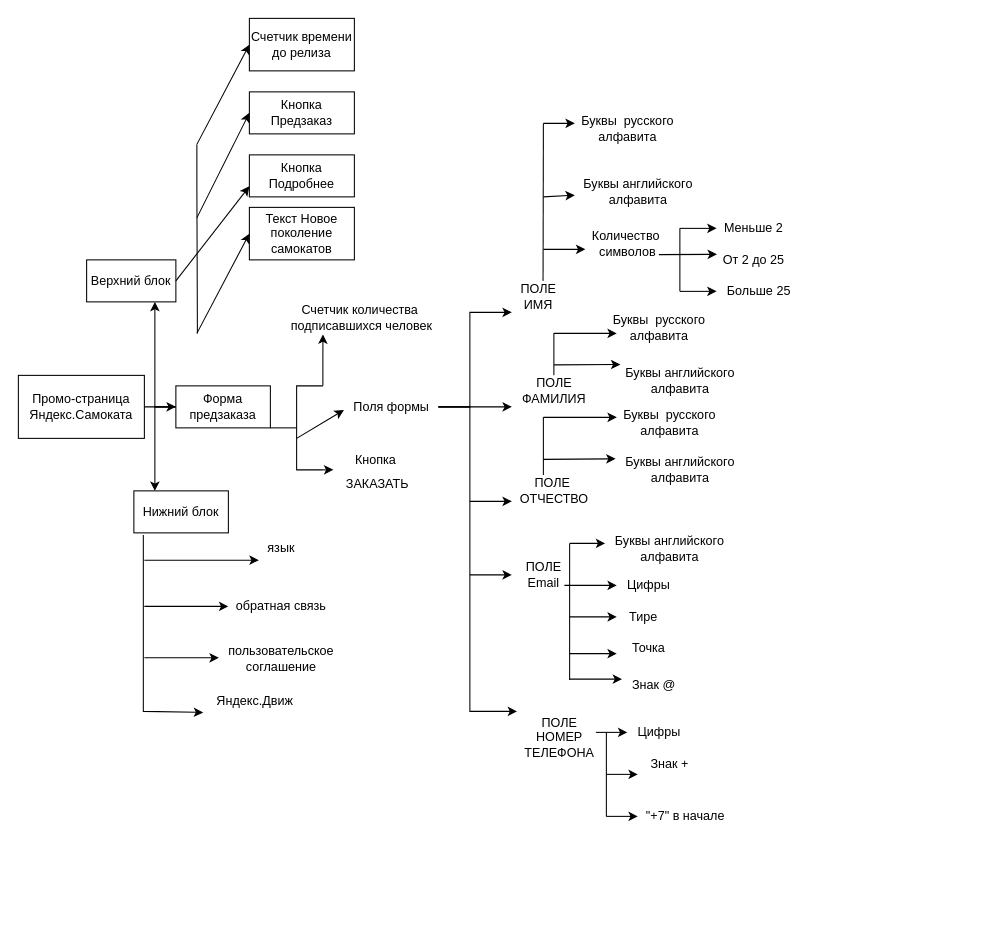
Before: Untitled Diagram.drawio in azatmuhamedov/hello-world, a draw.io diagram. Source tidied: cells renumbered, new cells numbered last; positions are measured from the earlier drawing's top-left corner, leaving out a move shared by most shapes. Both pictures are drawn from the tidied source at 105%, with x=0, y=0 at pixel (18, 18).
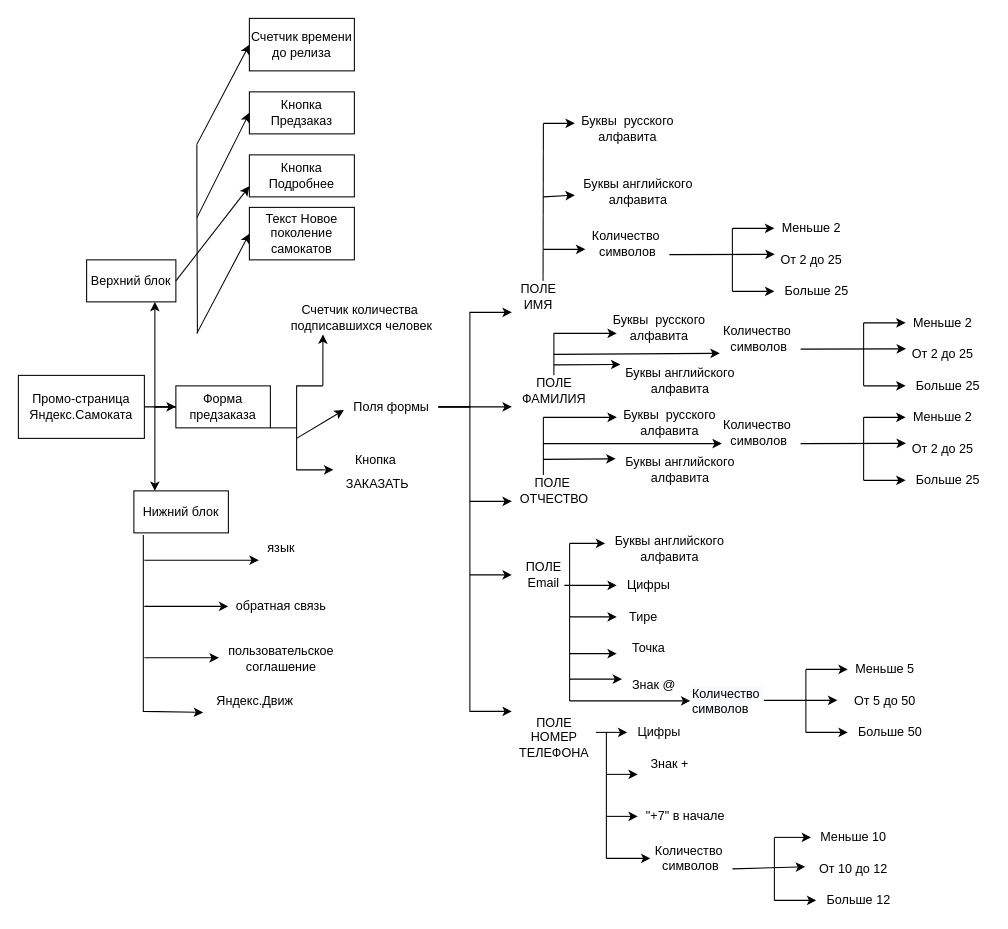
Above is the later version.

The edit, as a diff of the source:
```diff
@@
     <mxCell id="42" value="ПОЛЕ&lt;br&gt;НОМЕР&lt;br&gt;ТЕЛЕФОНА" style="text;html=1;align=center;verticalAlign=middle;points=[];strokeColor=none;fillColor=none;" parent="1" vertex="1">
-      <mxGeometry x="475" y="660" width="80" height="50" as="geometry" />
+      <mxGeometry x="470" y="660" width="80" height="50" as="geometry" />
     </mxCell>
@@
     <mxCell id="66" style="endArrow=none;html=1;rounded=0;" parent="1" edge="1">
       <mxGeometry relative="1" as="geometry">
-        <mxPoint x="525" y="630" as="sourcePoint" />
+        <mxPoint x="525" y="650" as="sourcePoint" />
         <mxPoint x="525" y="500" as="targetPoint" />
       </mxGeometry>
     </mxCell>
@@
     <mxCell id="74" style="endArrow=none;html=1;rounded=0;" parent="1" edge="1">
       <mxGeometry relative="1" as="geometry">
-        <mxPoint x="560" y="760" as="sourcePoint" />
+        <mxPoint x="560" y="800" as="sourcePoint" />
         <mxPoint x="560" y="680" as="targetPoint" />
       </mxGeometry>
     </mxCell>
@@
     <mxCell id="78" value="Меньше 2" style="text;html=1;align=center;verticalAlign=middle;points=[];strokeColor=none;fillColor=none;" parent="1" vertex="1">
-      <mxGeometry x="665" y="190" width="70" height="20" as="geometry" />
+      <mxGeometry x="720" y="190" width="70" height="20" as="geometry" />
     </mxCell>
     <mxCell id="79" value="От 2 до 25" style="text;html=1;align=center;verticalAlign=middle;points=[];strokeColor=none;fillColor=none;" parent="1" vertex="1">
-      <mxGeometry x="665" y="220" width="70" height="20" as="geometry" />
+      <mxGeometry x="720" y="220" width="70" height="20" as="geometry" />
     </mxCell>
     <mxCell id="80" value="Больше 25" style="text;html=1;align=center;verticalAlign=middle;points=[];strokeColor=none;fillColor=none;" parent="1" vertex="1">
-      <mxGeometry x="665" y="250" width="80" height="20" as="geometry" />
+      <mxGeometry x="720" y="250" width="80" height="20" as="geometry" />
     </mxCell>
     <mxCell id="81" style="endArrow=classic;html=1;rounded=0;entryX=0.005;entryY=0.236;entryDx=0;entryDy=0;entryPerimeter=0;" parent="1" edge="1" target="79">
       <mxGeometry relative="1" as="geometry">
-        <mxPoint x="610" y="225" as="sourcePoint" />
+        <mxPoint x="620" y="225" as="sourcePoint" />
       </mxGeometry>
     </mxCell>
     <mxCell id="82" style="endArrow=classic;html=1;rounded=0;" parent="1" edge="1" target="80">
       <mxGeometry relative="1" as="geometry">
-        <mxPoint x="630" y="260" as="sourcePoint" />
+        <mxPoint x="680" y="260" as="sourcePoint" />
       </mxGeometry>
     </mxCell>
     <mxCell id="83" style="endArrow=none;html=1;rounded=0;" parent="1" edge="1">
       <mxGeometry relative="1" as="geometry">
-        <mxPoint x="630" y="260" as="sourcePoint" />
-        <mxPoint x="630" y="200" as="targetPoint" />
+        <mxPoint x="680" y="260" as="sourcePoint" />
+        <mxPoint x="680" y="200" as="targetPoint" />
       </mxGeometry>
     </mxCell>
     <mxCell id="84" style="endArrow=classic;html=1;rounded=0;" parent="1" edge="1" target="78">
       <mxGeometry relative="1" as="geometry">
-        <mxPoint x="630" y="200" as="sourcePoint" />
+        <mxPoint x="680" y="200" as="sourcePoint" />
       </mxGeometry>
     </mxCell>
+    <mxCell id="85" value="&lt;span style=&quot;color: rgb(0, 0, 0); font-family: helvetica; font-size: 12px; font-style: normal; font-weight: 400; letter-spacing: normal; text-align: center; text-indent: 0px; text-transform: none; word-spacing: 0px; background-color: rgb(248, 249, 250); display: inline; float: none;&quot;&gt;Количество&amp;nbsp;&lt;/span&gt;&lt;br style=&quot;color: rgb(0, 0, 0); font-family: helvetica; font-size: 12px; font-style: normal; font-weight: 400; letter-spacing: normal; text-align: center; text-indent: 0px; text-transform: none; word-spacing: 0px; background-color: rgb(248, 249, 250);&quot;&gt;&lt;span style=&quot;color: rgb(0, 0, 0); font-family: helvetica; font-size: 12px; font-style: normal; font-weight: 400; letter-spacing: normal; text-align: center; text-indent: 0px; text-transform: none; word-spacing: 0px; background-color: rgb(248, 249, 250); display: inline; float: none;&quot;&gt;символов&lt;/span&gt;" style="text;whiteSpace=wrap;html=1;" parent="1" vertex="1">
+      <mxGeometry x="640" y="630" width="90" height="40" as="geometry" />
+    </mxCell>
+    <mxCell id="86" style="endArrow=classic;html=1;rounded=0;entryX=0;entryY=0.5;entryDx=0;entryDy=0;" parent="1" edge="1" target="85">
+      <mxGeometry relative="1" as="geometry">
+        <mxPoint x="525" y="650" as="sourcePoint" />
+      </mxGeometry>
+    </mxCell>
+    <mxCell id="87" value="Меньше 5" style="text;html=1;align=center;verticalAlign=middle;points=[];strokeColor=none;fillColor=none;" parent="1" vertex="1">
+      <mxGeometry x="790" y="610" width="70" height="20" as="geometry" />
+    </mxCell>
+    <mxCell id="88" value="От 5 до 50" style="text;html=1;align=center;verticalAlign=middle;strokeColor=none;fillColor=none;" parent="1" vertex="1">
+      <mxGeometry x="790" y="640" width="70" height="20" as="geometry" />
+    </mxCell>
+    <mxCell id="89" value="Больше 50" style="text;html=1;align=center;verticalAlign=middle;points=[];strokeColor=none;fillColor=none;" parent="1" vertex="1">
+      <mxGeometry x="790" y="670" width="80" height="20" as="geometry" />
+    </mxCell>
+    <mxCell id="90" style="endArrow=classic;html=1;rounded=0;" parent="1" edge="1" target="89">
+      <mxGeometry relative="1" as="geometry">
+        <mxPoint x="750" y="680" as="sourcePoint" />
+      </mxGeometry>
+    </mxCell>
+    <mxCell id="91" style="endArrow=none;html=1;rounded=0;" parent="1" edge="1">
+      <mxGeometry relative="1" as="geometry">
+        <mxPoint x="750" y="680" as="sourcePoint" />
+        <mxPoint x="750" y="620" as="targetPoint" />
+      </mxGeometry>
+    </mxCell>
+    <mxCell id="92" style="endArrow=classic;html=1;rounded=0;" parent="1" edge="1" target="87">
+      <mxGeometry relative="1" as="geometry">
+        <mxPoint x="750" y="620" as="sourcePoint" />
+      </mxGeometry>
+    </mxCell>
+    <mxCell id="93" style="endArrow=classic;html=1;rounded=0;" parent="1" edge="1">
+      <mxGeometry relative="1" as="geometry">
+        <mxPoint x="710" y="649.5" as="sourcePoint" />
+        <mxPoint x="780" y="649.5" as="targetPoint" />
+      </mxGeometry>
+    </mxCell>
+    <mxCell id="94" value="Количество&amp;nbsp;&lt;br&gt;символов" style="text;html=1;align=center;verticalAlign=middle;points=[];strokeColor=none;fillColor=none;" parent="1" vertex="1">
+      <mxGeometry x="600" y="785" width="80" height="30" as="geometry" />
+    </mxCell>
+    <mxCell id="95" style="endArrow=classic;html=1;rounded=0;entryX=0.025;entryY=0.5;entryDx=0;entryDy=0;entryPerimeter=0;" parent="1" edge="1" target="94">
+      <mxGeometry relative="1" as="geometry">
+        <mxPoint x="560" y="800" as="sourcePoint" />
+      </mxGeometry>
+    </mxCell>
+    <mxCell id="96" value="Меньше 10" style="text;html=1;align=center;verticalAlign=middle;points=[];strokeColor=none;fillColor=none;" parent="1" vertex="1">
+      <mxGeometry x="755" y="770" width="80" height="20" as="geometry" />
+    </mxCell>
+    <mxCell id="97" value="От 10 до 12" style="text;html=1;align=center;verticalAlign=middle;points=[];strokeColor=none;fillColor=none;" parent="1" vertex="1">
+      <mxGeometry x="755" y="800" width="80" height="20" as="geometry" />
+    </mxCell>
+    <mxCell id="98" value="Больше 12" style="text;html=1;align=center;verticalAlign=middle;points=[];strokeColor=none;fillColor=none;" parent="1" vertex="1">
+      <mxGeometry x="760" y="830" width="80" height="20" as="geometry" />
+    </mxCell>
+    <mxCell id="99" style="endArrow=classic;html=1;rounded=0;" parent="1" edge="1" target="98">
+      <mxGeometry relative="1" as="geometry">
+        <mxPoint x="720" y="840" as="sourcePoint" />
+      </mxGeometry>
+    </mxCell>
+    <mxCell id="100" style="endArrow=none;html=1;rounded=0;" parent="1" edge="1">
+      <mxGeometry relative="1" as="geometry">
+        <mxPoint x="720" y="840" as="sourcePoint" />
+        <mxPoint x="720" y="780" as="targetPoint" />
+      </mxGeometry>
+    </mxCell>
+    <mxCell id="101" style="endArrow=classic;html=1;rounded=0;" parent="1" edge="1" target="96">
+      <mxGeometry relative="1" as="geometry">
+        <mxPoint x="720" y="780" as="sourcePoint" />
+      </mxGeometry>
+    </mxCell>
+    <mxCell id="102" style="endArrow=classic;html=1;rounded=0;entryX=-0.071;entryY=0.4;entryDx=0;entryDy=0;entryPerimeter=0;" parent="1" edge="1" target="97">
+      <mxGeometry relative="1" as="geometry">
+        <mxPoint x="680" y="810" as="sourcePoint" />
+      </mxGeometry>
+    </mxCell>
+    <mxCell id="103" value="Количество&amp;nbsp;&lt;br&gt;символов" style="text;html=1;align=center;verticalAlign=middle;points=[];strokeColor=none;fillColor=none;" parent="1" vertex="1">
+      <mxGeometry x="665" y="290" width="80" height="30" as="geometry" />
+    </mxCell>
+    <mxCell id="104" value="Меньше 2" style="text;html=1;align=center;verticalAlign=middle;points=[];strokeColor=none;fillColor=none;" parent="1" vertex="1">
+      <mxGeometry x="845" y="280" width="70" height="20" as="geometry" />
+    </mxCell>
+    <mxCell id="105" value="От 2 до 25" style="text;html=1;align=center;verticalAlign=middle;points=[];strokeColor=none;fillColor=none;" parent="1" vertex="1">
+      <mxGeometry x="845" y="310" width="70" height="20" as="geometry" />
+    </mxCell>
+    <mxCell id="106" value="Больше 25" style="text;html=1;align=center;verticalAlign=middle;points=[];strokeColor=none;fillColor=none;" parent="1" vertex="1">
+      <mxGeometry x="845" y="340" width="80" height="20" as="geometry" />
+    </mxCell>
+    <mxCell id="107" style="endArrow=classic;html=1;rounded=0;entryX=0.005;entryY=0.236;entryDx=0;entryDy=0;entryPerimeter=0;" parent="1" edge="1" target="105">
+      <mxGeometry relative="1" as="geometry">
+        <mxPoint x="745" y="315" as="sourcePoint" />
+      </mxGeometry>
+    </mxCell>
+    <mxCell id="108" style="endArrow=classic;html=1;rounded=0;" parent="1" edge="1" target="106">
+      <mxGeometry relative="1" as="geometry">
+        <mxPoint x="805" y="350" as="sourcePoint" />
+      </mxGeometry>
+    </mxCell>
+    <mxCell id="109" style="endArrow=none;html=1;rounded=0;" parent="1" edge="1">
+      <mxGeometry relative="1" as="geometry">
+        <mxPoint x="805" y="350" as="sourcePoint" />
+        <mxPoint x="805" y="290" as="targetPoint" />
+      </mxGeometry>
+    </mxCell>
+    <mxCell id="110" style="endArrow=classic;html=1;rounded=0;" parent="1" edge="1" target="104">
+      <mxGeometry relative="1" as="geometry">
+        <mxPoint x="805" y="290" as="sourcePoint" />
+      </mxGeometry>
+    </mxCell>
+    <mxCell id="111" style="endArrow=classic;html=1;rounded=0;entryX=0.038;entryY=0.967;entryDx=0;entryDy=0;entryPerimeter=0;" parent="1" edge="1" target="103">
+      <mxGeometry relative="1" as="geometry">
+        <mxPoint x="510" y="320" as="sourcePoint" />
+      </mxGeometry>
+    </mxCell>
+    <mxCell id="112" value="Количество&amp;nbsp;&lt;br&gt;символов" style="text;html=1;align=center;verticalAlign=middle;strokeColor=none;fillColor=none;" parent="1" vertex="1">
+      <mxGeometry x="665" y="380" width="80" height="30" as="geometry" />
+    </mxCell>
+    <mxCell id="113" value="Меньше 2" style="text;html=1;align=center;verticalAlign=middle;points=[];strokeColor=none;fillColor=none;" parent="1" vertex="1">
+      <mxGeometry x="845" y="370" width="70" height="20" as="geometry" />
+    </mxCell>
+    <mxCell id="114" value="От 2 до 25" style="text;html=1;align=center;verticalAlign=middle;points=[];strokeColor=none;fillColor=none;" parent="1" vertex="1">
+      <mxGeometry x="845" y="400" width="70" height="20" as="geometry" />
+    </mxCell>
+    <mxCell id="115" value="Больше 25" style="text;html=1;align=center;verticalAlign=middle;points=[];strokeColor=none;fillColor=none;" parent="1" vertex="1">
+      <mxGeometry x="845" y="430" width="80" height="20" as="geometry" />
+    </mxCell>
+    <mxCell id="116" style="endArrow=classic;html=1;rounded=0;entryX=0.005;entryY=0.236;entryDx=0;entryDy=0;entryPerimeter=0;" parent="1" edge="1" target="114">
+      <mxGeometry relative="1" as="geometry">
+        <mxPoint x="745" y="405" as="sourcePoint" />
+      </mxGeometry>
+    </mxCell>
+    <mxCell id="117" style="endArrow=classic;html=1;rounded=0;" parent="1" edge="1" target="115">
+      <mxGeometry relative="1" as="geometry">
+        <mxPoint x="805" y="440" as="sourcePoint" />
+      </mxGeometry>
+    </mxCell>
+    <mxCell id="118" style="endArrow=none;html=1;rounded=0;" parent="1" edge="1">
+      <mxGeometry relative="1" as="geometry">
+        <mxPoint x="805" y="440" as="sourcePoint" />
+        <mxPoint x="805" y="380" as="targetPoint" />
+      </mxGeometry>
+    </mxCell>
+    <mxCell id="119" style="endArrow=classic;html=1;rounded=0;" parent="1" edge="1" target="113">
+      <mxGeometry relative="1" as="geometry">
+        <mxPoint x="805" y="380" as="sourcePoint" />
+      </mxGeometry>
+    </mxCell>
+    <mxCell id="120" style="endArrow=classic;html=1;rounded=0;" parent="1" edge="1">
+      <mxGeometry relative="1" as="geometry">
+        <mxPoint x="500" y="405" as="sourcePoint" />
+        <mxPoint x="670" y="405" as="targetPoint" />
+      </mxGeometry>
+    </mxCell>
```
